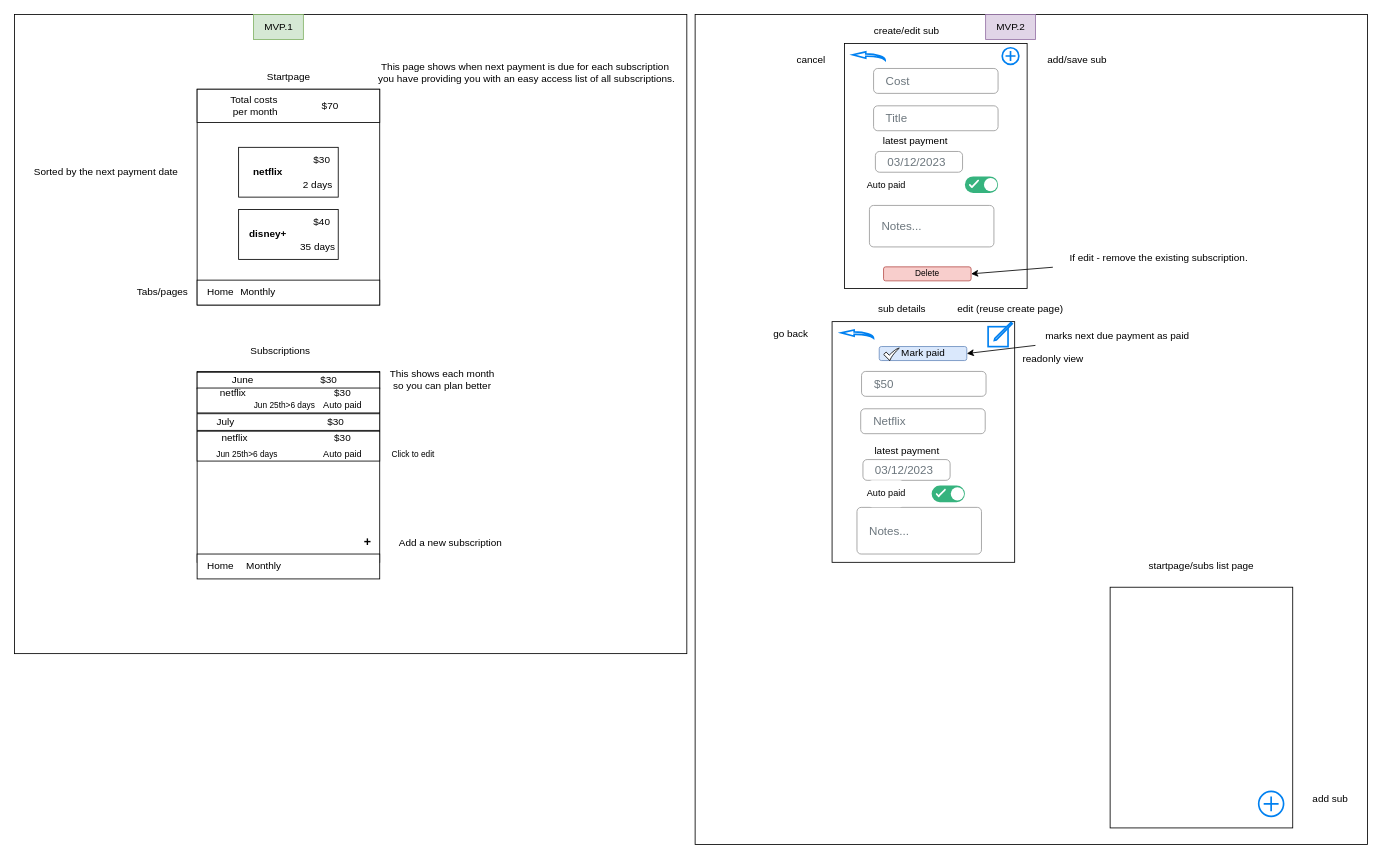
Earlier version of the draw.io diagram page "MVP" (1 of 2) of docs/mockups.drawio (Code2Gether-Discord/subtrack). Source tidied: cells renumbered, new cells numbered last; positions are measured from the earlier drawing's top-left corner, leaving out a move shared by most shapes. Both pictures are drawn from the tidied source at 83%, with x=0, y=0 at pixel (14, 14).
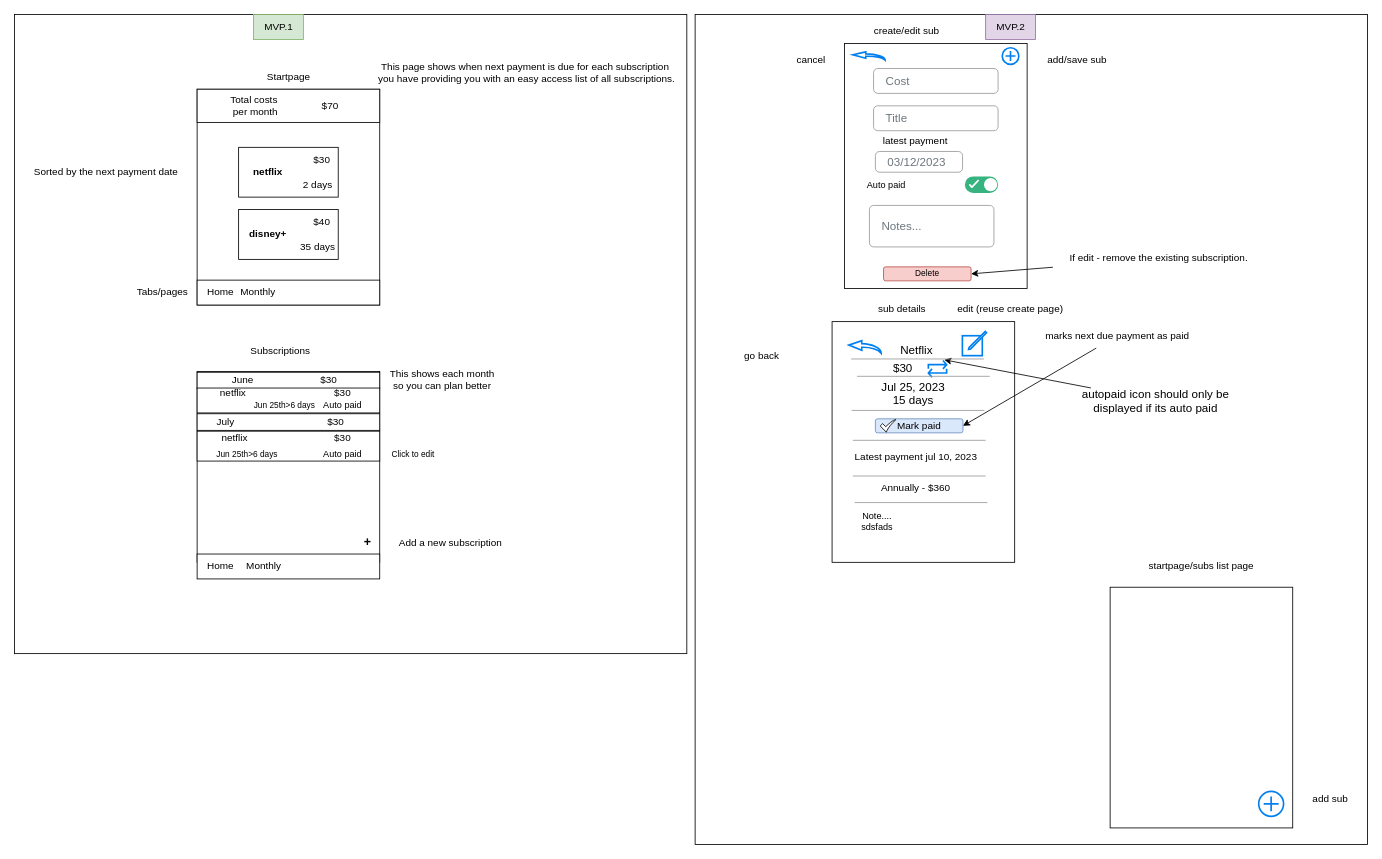
After the change.

Commit message (it also covers changes not shown here):
details page mockup

Diff of the diagram source:
```diff
@@
-    <mxCell id="62" value="Netflix" style="html=1;shadow=0;dashed=0;shape=mxgraph.bootstrap.rrect;rSize=5;fillColor=none;strokeColor=#999999;align=left;spacing=15;fontSize=14;fontColor=#6C767D;" parent="1" vertex="1">
-      <mxGeometry x="1019.5" y="475" width="150" height="30" as="geometry" />
-    </mxCell>
-    <mxCell id="63" value="Notes..." style="html=1;shadow=0;dashed=0;shape=mxgraph.bootstrap.rrect;rSize=5;fillColor=none;strokeColor=#999999;align=left;spacing=15;fontSize=14;fontColor=#6C767D;" parent="1" vertex="1">
-      <mxGeometry x="1015" y="593.8" width="150" height="56.2" as="geometry" />
-    </mxCell>
-    <mxCell id="64" value="03/12/2023" style="html=1;shadow=0;dashed=0;shape=mxgraph.bootstrap.rrect;rSize=5;fillColor=none;strokeColor=#999999;align=left;spacing=15;fontSize=14;fontColor=#6C767D;" parent="1" vertex="1">
-      <mxGeometry x="1022.2" y="536.2" width="105" height="25" as="geometry" />
-    </mxCell>
-    <mxCell id="65" value="$50" style="html=1;shadow=0;dashed=0;shape=mxgraph.bootstrap.rrect;rSize=5;fillColor=none;strokeColor=#999999;align=left;spacing=15;fontSize=14;fontColor=#6C767D;" parent="1" vertex="1">
-      <mxGeometry x="1020.5" y="430" width="150" height="30" as="geometry" />
-    </mxCell>
-    <mxCell id="66" value="Auto paid" style="rounded=1;arcSize=10;html=1;fontSize=11;align=center;fontStyle=0;fontSize=11;sketch=0;hachureGap=4;fontFamily=Helvetica;strokeColor=none;direction=south;" parent="1" vertex="1">
-      <mxGeometry x="1030" y="561.2" width="40" height="32.5" as="geometry" />
-    </mxCell>
-    <mxCell id="67" style="fillColor=#36B37E;strokeColor=none;rounded=1;arcSize=50;sketch=0;hachureGap=4;fontFamily=Architects Daughter;fontSize=20;" parent="1" vertex="1">
-      <mxGeometry x="1105" y="567.5" width="40" height="20" as="geometry" />
-    </mxCell>
-    <mxCell id="68" style="shape=ellipse;strokeColor=none;fillColor=#ffffff;sketch=0;hachureGap=4;fontFamily=Architects Daughter;fontSize=20;" parent="67" vertex="1">
-      <mxGeometry x="1" y="0.5" width="16" height="16" relative="1" as="geometry">
-        <mxPoint x="-17" y="-8" as="offset" />
-      </mxGeometry>
-    </mxCell>
-    <mxCell id="69" style="html=1;shadow=0;dashed=0;shape=mxgraph.atlassian.check;strokeColor=#ffffff;strokeWidth=2;sketch=1;hachureGap=4;fontFamily=Architects Daughter;fontSize=20;" parent="67" vertex="1">
-      <mxGeometry y="0.5" width="10" height="8" relative="1" as="geometry">
-        <mxPoint x="6" y="-5" as="offset" />
-      </mxGeometry>
-    </mxCell>
     <mxCell id="70" style="html=1;verticalLabelPosition=bottom;align=center;labelBackgroundColor=#ffffff;verticalAlign=top;strokeWidth=2;strokeColor=#0080F0;shadow=0;dashed=0;shape=mxgraph.ios7.icons.back;fontFamily=Helvetica;" parent="1" vertex="1">
-      <mxGeometry x="996" y="380" width="39" height="10" as="geometry" />
+      <mxGeometry x="1005.2" y="393" width="39" height="15" as="geometry" />
     </mxCell>
@@
-    <mxCell id="72" value="go back" style="text;html=1;align=center;verticalAlign=middle;strokeColor=none;fillColor=none;fontFamily=Helvetica;" parent="1" vertex="1">
-      <mxGeometry x="900" y="370" width="70" height="30" as="geometry" />
+    <mxCell id="72" value="go back&lt;br&gt;" style="text;html=1;align=center;verticalAlign=middle;strokeColor=none;fillColor=none;fontFamily=Helvetica;" parent="1" vertex="1">
+      <mxGeometry x="865" y="396.9" width="70" height="30" as="geometry" />
     </mxCell>
-    <mxCell id="73" value="readonly view" style="text;html=1;align=center;verticalAlign=middle;strokeColor=none;fillColor=none;fontFamily=Helvetica;" parent="1" vertex="1">
-      <mxGeometry x="1201" y="400" width="100" height="30" as="geometry" />
-    </mxCell>
     <mxCell id="74" value="&lt;span style=&quot;color: rgb(0, 0, 0); font-size: 12px;&quot;&gt;Mark paid&lt;/span&gt;" style="rounded=1;html=1;shadow=0;dashed=0;whiteSpace=wrap;fontSize=10;align=center;fontFamily=Helvetica;fillColor=#dae8fc;strokeColor=#6c8ebf;" parent="1" vertex="1">
-      <mxGeometry x="1041.8" y="400" width="105.5" height="16.9" as="geometry" />
+      <mxGeometry x="1037.2" y="487.1" width="105.5" height="16.9" as="geometry" />
     </mxCell>
     <mxCell id="75" style="sketch=0;html=1;shadow=0;align=center;verticalAlign=top;shape=mxgraph.gcp2.check;fontFamily=Helvetica;" parent="1" vertex="1">
-      <mxGeometry x="1047.2" y="401.9" width="18.8" height="15" as="geometry" />
+      <mxGeometry x="1043" y="488.1" width="18.8" height="15" as="geometry" />
     </mxCell>
@@
     <mxCell id="78" style="html=1;verticalLabelPosition=bottom;align=center;labelBackgroundColor=#ffffff;verticalAlign=top;strokeWidth=2;strokeColor=#0080F0;shadow=0;dashed=0;shape=mxgraph.ios7.icons.compose;fontFamily=Helvetica;" parent="1" vertex="1">
-      <mxGeometry x="1173" y="371" width="29.1" height="29.1" as="geometry" />
+      <mxGeometry x="1142" y="381.9" width="29.1" height="29.1" as="geometry" />
     </mxCell>
@@
-    <mxCell id="80" value="latest payment" style="text;html=1;strokeColor=none;fillColor=none;align=center;verticalAlign=middle;whiteSpace=wrap;rounded=0;fontFamily=Helvetica;" parent="1" vertex="1">
-      <mxGeometry x="1019.5" y="513" width="110.5" height="25" as="geometry" />
+    <mxCell id="80" value="Latest payment jul 10, 2023&amp;nbsp;" style="text;html=1;strokeColor=none;fillColor=none;align=center;verticalAlign=middle;whiteSpace=wrap;rounded=0;fontFamily=Helvetica;" parent="1" vertex="1">
+      <mxGeometry x="1010" y="520" width="156" height="26" as="geometry" />
     </mxCell>
@@
+    <mxCell id="90" value="&lt;br&gt;&lt;font style=&quot;font-size: 14px;&quot;&gt;&lt;br&gt;Jul 25, 2023&lt;br&gt;15 days&lt;/font&gt;" style="text;html=1;strokeColor=none;fillColor=none;align=center;verticalAlign=middle;whiteSpace=wrap;rounded=0;fontSize=14;" parent="1" vertex="1">
+      <mxGeometry x="1025.8" y="429.9" width="113.8" height="20" as="geometry" />
+    </mxCell>
+    <mxCell id="91" value="Annually - $360" style="text;html=1;strokeColor=none;fillColor=none;align=center;verticalAlign=middle;whiteSpace=wrap;rounded=0;fontSize=12;" parent="1" vertex="1">
+      <mxGeometry x="1028.5" y="556" width="114.2" height="30" as="geometry" />
+    </mxCell>
+    <mxCell id="92" style="verticalLabelPosition=bottom;shadow=0;dashed=0;align=center;html=1;verticalAlign=top;strokeWidth=1;shape=mxgraph.mockup.markup.line;strokeColor=#999999;fontSize=12;" parent="1" vertex="1">
+      <mxGeometry x="1008.6" y="467" width="160" height="20" as="geometry" />
+    </mxCell>
+    <mxCell id="93" style="verticalLabelPosition=bottom;shadow=0;dashed=0;align=center;html=1;verticalAlign=top;strokeWidth=1;shape=mxgraph.mockup.markup.line;strokeColor=#999999;fontSize=12;" parent="1" vertex="1">
+      <mxGeometry x="1010" y="503" width="160" height="20" as="geometry" />
+    </mxCell>
+    <mxCell id="94" style="verticalLabelPosition=bottom;shadow=0;dashed=0;align=center;html=1;verticalAlign=top;strokeWidth=1;shape=mxgraph.mockup.markup.line;strokeColor=#999999;fontSize=12;" parent="1" vertex="1">
+      <mxGeometry x="1010" y="546" width="160" height="20" as="geometry" />
+    </mxCell>
+    <mxCell id="95" style="verticalLabelPosition=bottom;shadow=0;dashed=0;align=center;html=1;verticalAlign=top;strokeWidth=1;shape=mxgraph.mockup.markup.line;strokeColor=#999999;fontSize=12;" parent="1" vertex="1">
+      <mxGeometry x="1012.1" y="578" width="160" height="20" as="geometry" />
+    </mxCell>
+    <mxCell id="96" value="Note....&lt;br&gt;sdsfads" style="rounded=1;arcSize=10;html=1;fontSize=11;align=center;fontStyle=0;fontSize=11;sketch=0;hachureGap=4;fontFamily=Helvetica;strokeColor=none;direction=south;" parent="1" vertex="1">
+      <mxGeometry x="1020" y="593" width="37" height="35" as="geometry" />
+    </mxCell>
+    <mxCell id="62" value="Netflix" style="text;html=1;strokeColor=none;fillColor=none;align=center;verticalAlign=middle;whiteSpace=wrap;rounded=0;fontSize=14;" parent="1" vertex="1">
+      <mxGeometry x="1030.1" y="385.9" width="113.8" height="38.1" as="geometry" />
+    </mxCell>
+    <mxCell id="97" style="html=1;verticalLabelPosition=bottom;align=center;labelBackgroundColor=#ffffff;verticalAlign=top;strokeWidth=2;strokeColor=#0080F0;shadow=0;dashed=0;shape=mxgraph.ios7.icons.repeat;fontSize=14;" parent="1" vertex="1">
+      <mxGeometry x="1101" y="416.8" width="22" height="20.2" as="geometry" />
+    </mxCell>
+    <mxCell id="98" value="$30" style="text;html=1;strokeColor=none;fillColor=none;align=center;verticalAlign=middle;whiteSpace=wrap;rounded=0;fontSize=14;" parent="1" vertex="1">
+      <mxGeometry x="1040" y="411" width="61" height="30" as="geometry" />
+    </mxCell>
+    <mxCell id="99" style="verticalLabelPosition=bottom;shadow=0;dashed=0;align=center;html=1;verticalAlign=top;strokeWidth=1;shape=mxgraph.mockup.markup.line;strokeColor=#999999;fontSize=12;" parent="1" vertex="1">
+      <mxGeometry x="1015" y="425.9" width="160" height="20" as="geometry" />
+    </mxCell>
+    <mxCell id="100" style="edgeStyle=none;html=1;entryX=0.871;entryY=-0.039;entryDx=0;entryDy=0;entryPerimeter=0;fontSize=14;" parent="1" edge="1" source="101" target="97">
+      <mxGeometry relative="1" as="geometry" />
+    </mxCell>
+    <mxCell id="101" value="autopaid icon should only be displayed if its auto paid" style="text;html=1;strokeColor=none;fillColor=none;align=center;verticalAlign=middle;whiteSpace=wrap;rounded=0;fontSize=14;" parent="1" vertex="1">
+      <mxGeometry x="1270" y="449.9" width="210" height="30" as="geometry" />
+    </mxCell>
+    <mxCell id="102" style="verticalLabelPosition=bottom;shadow=0;dashed=0;align=center;html=1;verticalAlign=top;strokeWidth=1;shape=mxgraph.mockup.markup.line;strokeColor=#999999;fontSize=12;" parent="1" vertex="1">
+      <mxGeometry x="1008" y="405" width="160" height="20" as="geometry" />
+    </mxCell>
```
